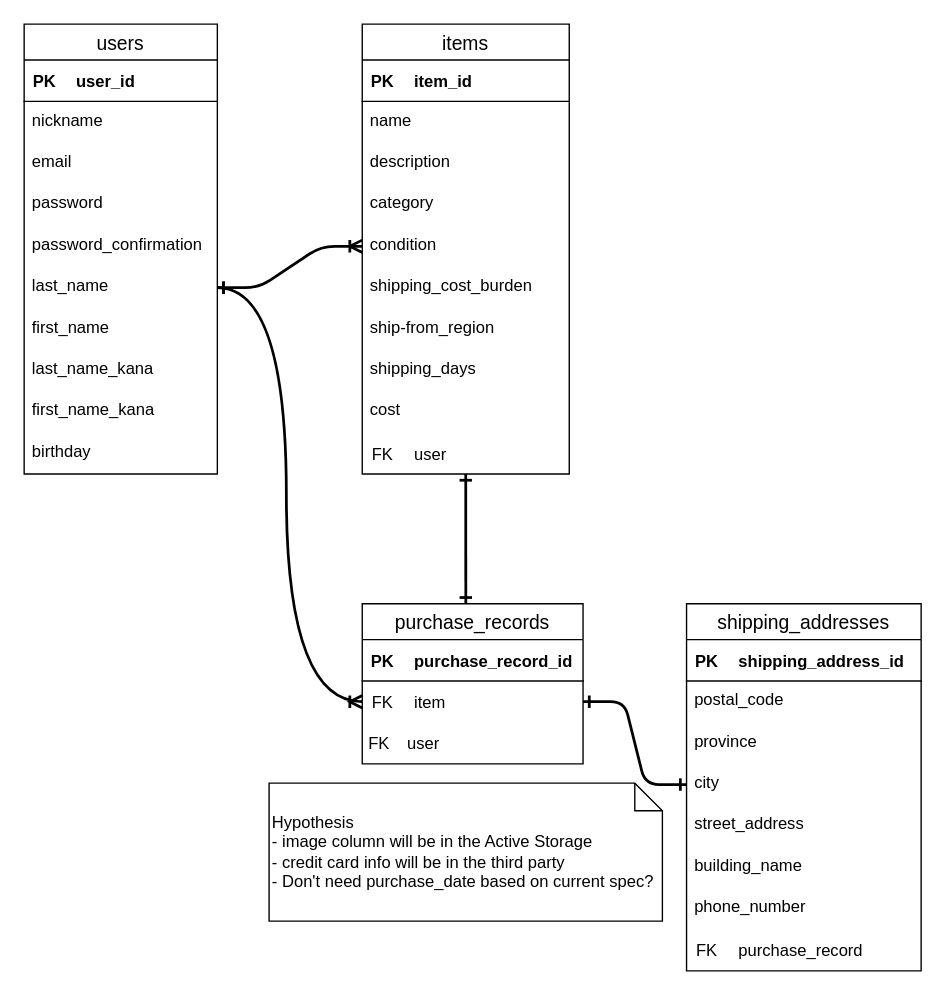
Before: furima.dio in ryohei8/Furima, a draw.io diagram. Source tidied: cells renumbered, new cells numbered last; positions are measured from the earlier drawing's top-left corner, leaving out a move shared by most shapes. Both pictures are drawn from the tidied source at 138%, with x=0, y=0 at pixel (23, 23).
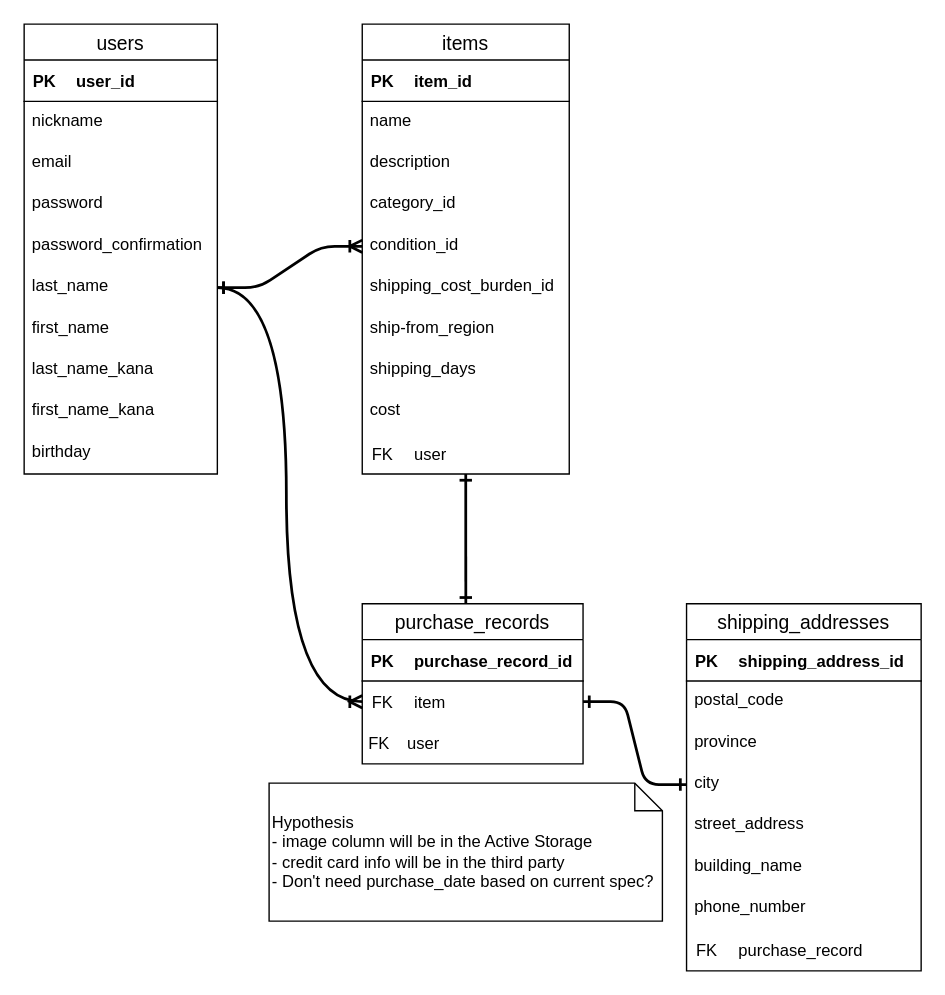
Above is the later version.

Commit message (it also covers changes not shown here):
fix feedbacks for db design

The change refers to these unchanged cells:
```xml
<mxCell id="16" value="items" style="swimlane;fontStyle=0;horizontal=1;startSize=26;align=center;fontSize=14;" parent="1" vertex="1">
  <mxGeometry x="245" width="150" height="326" as="geometry" />
</mxCell>
```

Diff of the diagram source:
```diff
@@
-    <mxCell id="23" value="category" style="text;strokeColor=none;fillColor=none;spacingLeft=4;spacingRight=4;overflow=hidden;fontSize=12;" parent="16" vertex="1">
+    <mxCell id="23" value="category_id" style="text;strokeColor=none;fillColor=none;spacingLeft=4;spacingRight=4;overflow=hidden;fontSize=12;" parent="16" vertex="1">
       <mxGeometry y="116" width="150" height="30" as="geometry" />
     </mxCell>
-    <mxCell id="24" value="condition" style="text;strokeColor=none;fillColor=none;spacingLeft=4;spacingRight=4;overflow=hidden;points=[[0,0.5],[1,0.5]];portConstraint=eastwest;fontSize=12;" parent="16" vertex="1">
+    <mxCell id="24" value="condition_id" style="text;strokeColor=none;fillColor=none;spacingLeft=4;spacingRight=4;overflow=hidden;points=[[0,0.5],[1,0.5]];portConstraint=eastwest;fontSize=12;" parent="16" vertex="1">
       <mxGeometry y="146" width="150" height="30" as="geometry" />
     </mxCell>
-    <mxCell id="25" value="shipping_cost_burden" style="text;strokeColor=none;fillColor=none;spacingLeft=4;spacingRight=4;overflow=hidden;fontSize=12;" parent="16" vertex="1">
+    <mxCell id="25" value="shipping_cost_burden_id" style="text;strokeColor=none;fillColor=none;spacingLeft=4;spacingRight=4;overflow=hidden;fontSize=12;" parent="16" vertex="1">
       <mxGeometry y="176" width="150" height="30" as="geometry" />
     </mxCell>
```
